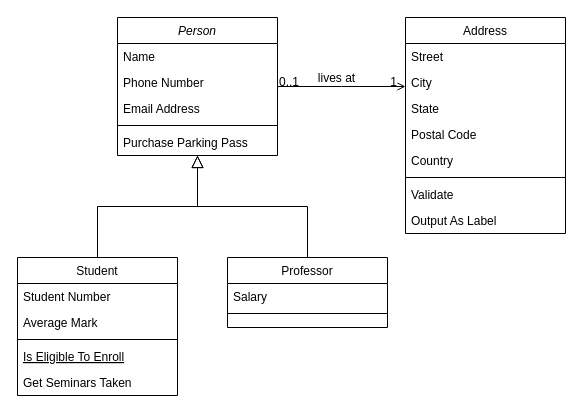
The draw.io diagram Диаграмма без названия.drawio in sampleeer/Ysu_Py_course, before the edit. Source tidied: cells renumbered, new cells numbered last; positions are measured from the earlier drawing's top-left corner, leaving out a move shared by most shapes. Both pictures are drawn from the tidied source at 100%, with x=0, y=0 at pixel (17, 17).
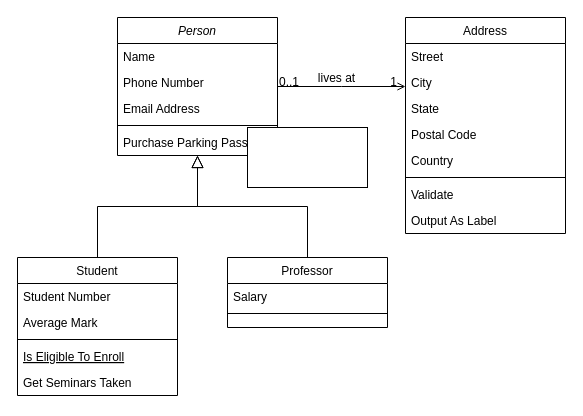
The same page after the edit.

The edit, as a diff of the source:
```diff
@@
+    <mxCell id="32" style="rounded=0;whiteSpace=wrap;html=1;" parent="1" vertex="1">
+      <mxGeometry x="230" y="110" width="120" height="60" as="geometry" />
+    </mxCell>
+    <mxCell id="33" style="rounded=0;whiteSpace=wrap;html=1;" parent="1" vertex="1">
+      <mxGeometry x="230" y="110" width="120" height="60" as="geometry" />
+    </mxCell>
```
